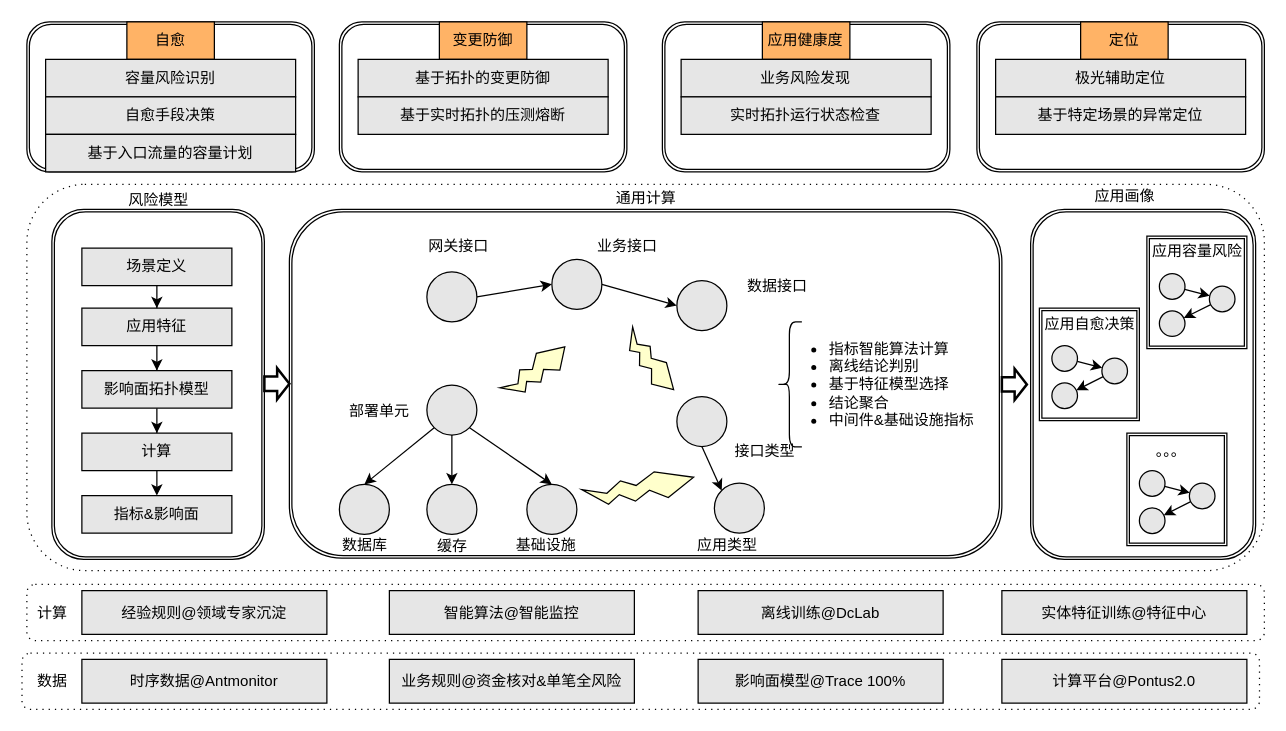
This is 应用画像大图.drawio from frankneu/draw.io, a draw.io file, before an edit. Source tidied: cells renumbered, new cells numbered last; positions are measured from the earlier drawing's top-left corner, leaving out a move shared by most shapes. Both pictures are drawn from the tidied source at 125%, with x=0, y=0 at pixel (21, 21).
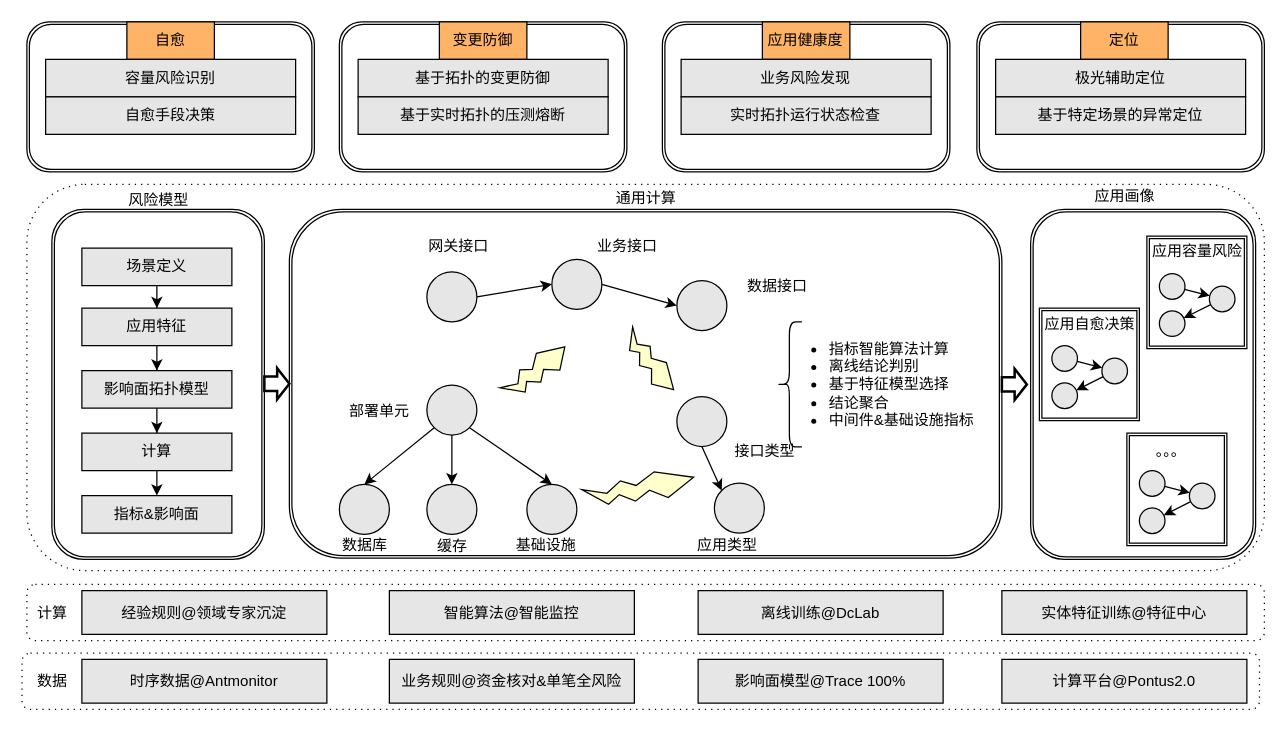
The same diagram, later.

Commit message:
Update 应用画像大图.drawio

What changed in the source:
```diff
@@
-    <mxCell id="92" value="基于入口流量的容量计划" style="rounded=0;whiteSpace=wrap;html=1;fillColor=#E6E6E6;" parent="1" vertex="1">
-      <mxGeometry x="19" y="90" width="200" height="30" as="geometry" />
-    </mxCell>
```
